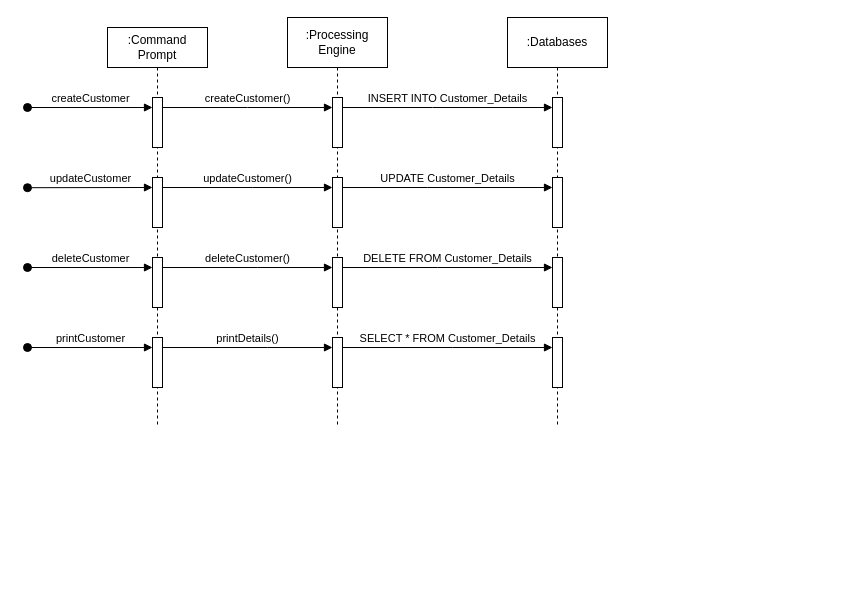
The draw.io diagram page "Customer" (1 of 7) of Architecture/sequence_diagram.drawio in NataliaPalej/Newsagent-Project, before the edit. Source tidied: cells renumbered, new cells numbered last; positions are measured from the earlier drawing's top-left corner, leaving out a move shared by most shapes. Both pictures are drawn from the tidied source at 100%, with x=0, y=0 at pixel (27, 17).
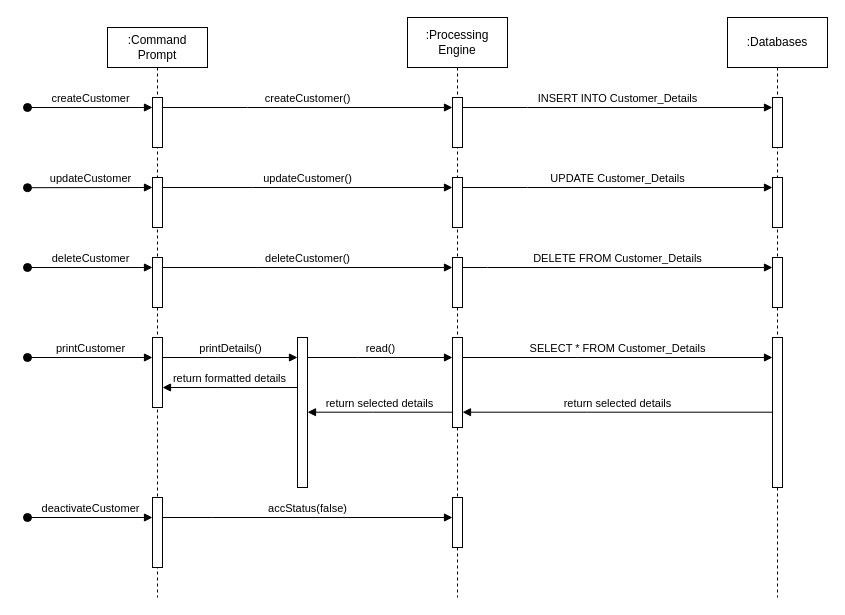
The same page after the edit.

Unchanged cells that the change refers to:
```xml
<mxCell id="9" style="html=1;points=[];perimeter=orthogonalPerimeter;outlineConnect=0;targetShapes=umlLifeline;portConstraint=eastwest;newEdgeStyle={&quot;edgeStyle&quot;:&quot;elbowEdgeStyle&quot;,&quot;elbow&quot;:&quot;vertical&quot;,&quot;curved&quot;:0,&quot;rounded&quot;:0};" parent="8" vertex="1">
  <mxGeometry x="45" y="80" width="10" height="50" as="geometry" />
</mxCell>
<mxCell id="10" style="html=1;points=[];perimeter=orthogonalPerimeter;outlineConnect=0;targetShapes=umlLifeline;portConstraint=eastwest;newEdgeStyle={&quot;edgeStyle&quot;:&quot;elbowEdgeStyle&quot;,&quot;elbow&quot;:&quot;vertical&quot;,&quot;curved&quot;:0,&quot;rounded&quot;:0};" parent="8" vertex="1">
  <mxGeometry x="45" y="160" width="10" height="50" as="geometry" />
</mxCell>
<mxCell id="11" style="html=1;points=[];perimeter=orthogonalPerimeter;outlineConnect=0;targetShapes=umlLifeline;portConstraint=eastwest;newEdgeStyle={&quot;edgeStyle&quot;:&quot;elbowEdgeStyle&quot;,&quot;elbow&quot;:&quot;vertical&quot;,&quot;curved&quot;:0,&quot;rounded&quot;:0};" parent="8" vertex="1">
  <mxGeometry x="45" y="240" width="10" height="50" as="geometry" />
</mxCell>
<mxCell id="15" style="html=1;points=[];perimeter=orthogonalPerimeter;outlineConnect=0;targetShapes=umlLifeline;portConstraint=eastwest;newEdgeStyle={&quot;edgeStyle&quot;:&quot;elbowEdgeStyle&quot;,&quot;elbow&quot;:&quot;vertical&quot;,&quot;curved&quot;:0,&quot;rounded&quot;:0};" parent="14" vertex="1">
  <mxGeometry x="45" y="80" width="10" height="50" as="geometry" />
</mxCell>
<mxCell id="16" style="html=1;points=[];perimeter=orthogonalPerimeter;outlineConnect=0;targetShapes=umlLifeline;portConstraint=eastwest;newEdgeStyle={&quot;edgeStyle&quot;:&quot;elbowEdgeStyle&quot;,&quot;elbow&quot;:&quot;vertical&quot;,&quot;curved&quot;:0,&quot;rounded&quot;:0};" parent="14" vertex="1">
  <mxGeometry x="45" y="160" width="10" height="50" as="geometry" />
</mxCell>
<mxCell id="17" style="html=1;points=[];perimeter=orthogonalPerimeter;outlineConnect=0;targetShapes=umlLifeline;portConstraint=eastwest;newEdgeStyle={&quot;edgeStyle&quot;:&quot;elbowEdgeStyle&quot;,&quot;elbow&quot;:&quot;vertical&quot;,&quot;curved&quot;:0,&quot;rounded&quot;:0};" parent="14" vertex="1">
  <mxGeometry x="45" y="240" width="10" height="50" as="geometry" />
</mxCell>
```

Change to the diagram source:
```diff
@@
     <mxCell id="2" value=":Command Prompt" style="shape=umlLifeline;perimeter=lifelinePerimeter;whiteSpace=wrap;html=1;newEdgeStyle={&quot;edgeStyle&quot;:&quot;elbowEdgeStyle&quot;,&quot;elbow&quot;:&quot;vertical&quot;,&quot;curved&quot;:0,&quot;rounded&quot;:0};" parent="1" vertex="1">
-      <mxGeometry x="80" y="10" width="100" height="400" as="geometry" />
+      <mxGeometry x="80" y="10" width="100" height="570" as="geometry" />
     </mxCell>
@@
     <mxCell id="7" style="html=1;points=[];perimeter=orthogonalPerimeter;outlineConnect=0;targetShapes=umlLifeline;portConstraint=eastwest;newEdgeStyle={&quot;edgeStyle&quot;:&quot;elbowEdgeStyle&quot;,&quot;elbow&quot;:&quot;vertical&quot;,&quot;curved&quot;:0,&quot;rounded&quot;:0};" parent="2" vertex="1">
-      <mxGeometry x="45" y="310" width="10" height="50" as="geometry" />
+      <mxGeometry x="45" y="310" width="10" height="70" as="geometry" />
     </mxCell>
+    <mxCell id="29" style="html=1;perimeter=orthogonalPerimeter;targetShapes=umlLifeline;newEdgeStyle={&quot;edgeStyle&quot;:&quot;elbowEdgeStyle&quot;,&quot;elbow&quot;:&quot;vertical&quot;,&quot;curved&quot;:0,&quot;rounded&quot;:0};" parent="2" vertex="1">
+      <mxGeometry x="45" y="470" width="10" height="70" as="geometry" />
+    </mxCell>
     <mxCell id="8" value=":Processing Engine" style="shape=umlLifeline;perimeter=lifelinePerimeter;whiteSpace=wrap;html=1;newEdgeStyle={&quot;edgeStyle&quot;:&quot;elbowEdgeStyle&quot;,&quot;elbow&quot;:&quot;vertical&quot;,&quot;curved&quot;:0,&quot;rounded&quot;:0};size=50;" parent="1" vertex="1">
-      <mxGeometry x="260" width="100" height="410" as="geometry" />
+      <mxGeometry x="380" width="100" height="580" as="geometry" />
     </mxCell>
@@
     <mxCell id="12" style="html=1;points=[];perimeter=orthogonalPerimeter;outlineConnect=0;targetShapes=umlLifeline;portConstraint=eastwest;newEdgeStyle={&quot;edgeStyle&quot;:&quot;elbowEdgeStyle&quot;,&quot;elbow&quot;:&quot;vertical&quot;,&quot;curved&quot;:0,&quot;rounded&quot;:0};" parent="8" vertex="1">
-      <mxGeometry x="45" y="320" width="10" height="50" as="geometry" />
+      <mxGeometry x="45" y="320" width="10" height="90" as="geometry" />
     </mxCell>
+    <mxCell id="30" style="html=1;points=[];perimeter=orthogonalPerimeter;outlineConnect=0;targetShapes=umlLifeline;portConstraint=eastwest;newEdgeStyle={&quot;edgeStyle&quot;:&quot;elbowEdgeStyle&quot;,&quot;elbow&quot;:&quot;vertical&quot;,&quot;curved&quot;:0,&quot;rounded&quot;:0};" parent="8" vertex="1">
+      <mxGeometry x="45" y="480" width="10" height="50" as="geometry" />
+    </mxCell>
@@
     <mxCell id="14" value=":Databases" style="shape=umlLifeline;perimeter=lifelinePerimeter;whiteSpace=wrap;html=1;newEdgeStyle={&quot;edgeStyle&quot;:&quot;elbowEdgeStyle&quot;,&quot;elbow&quot;:&quot;vertical&quot;,&quot;curved&quot;:0,&quot;rounded&quot;:0};size=50;" parent="1" vertex="1">
-      <mxGeometry x="480" width="100" height="410" as="geometry" />
+      <mxGeometry x="700" width="100" height="580" as="geometry" />
     </mxCell>
@@
     <mxCell id="18" style="html=1;points=[];perimeter=orthogonalPerimeter;outlineConnect=0;targetShapes=umlLifeline;portConstraint=eastwest;newEdgeStyle={&quot;edgeStyle&quot;:&quot;elbowEdgeStyle&quot;,&quot;elbow&quot;:&quot;vertical&quot;,&quot;curved&quot;:0,&quot;rounded&quot;:0};" parent="14" vertex="1">
-      <mxGeometry x="45" y="320" width="10" height="50" as="geometry" />
+      <mxGeometry x="45" y="320" width="10" height="150" as="geometry" />
     </mxCell>
     <mxCell id="19" value="INSERT INTO Customer_Details" style="html=1;verticalAlign=bottom;endArrow=block;edgeStyle=elbowEdgeStyle;elbow=vertical;curved=0;rounded=0;" parent="1" edge="1" source="9" target="15">
       <mxGeometry relative="1" as="geometry">
         <Array as="points">
-          <mxPoint x="405" y="90" />
+          <mxPoint x="500" y="90" />
         </Array>
       </mxGeometry>
     </mxCell>
@@
     <mxCell id="22" value="UPDATE Customer_Details" style="html=1;verticalAlign=bottom;endArrow=block;edgeStyle=elbowEdgeStyle;elbow=vertical;curved=0;rounded=0;" parent="1" edge="1" source="10" target="16">
       <mxGeometry relative="1" as="geometry">
         <Array as="points">
-          <mxPoint x="400" y="170" />
+          <mxPoint x="500" y="170" />
         </Array>
       </mxGeometry>
     </mxCell>
@@
     <mxCell id="25" value="DELETE FROM Customer_Details" style="html=1;verticalAlign=bottom;endArrow=block;edgeStyle=elbowEdgeStyle;elbow=vertical;curved=0;rounded=0;" parent="1" edge="1" source="11" target="17">
       <mxGeometry relative="1" as="geometry">
         <Array as="points">
-          <mxPoint x="410" y="250" />
+          <mxPoint x="460" y="250" />
         </Array>
       </mxGeometry>
     </mxCell>
     <mxCell id="26" value="printCustomer" style="html=1;verticalAlign=bottom;startArrow=oval;endArrow=block;startSize=8;edgeStyle=elbowEdgeStyle;elbow=vertical;curved=0;rounded=0;" parent="1" edge="1">
       <mxGeometry relative="1" as="geometry">
-        <mxPoint y="330" as="sourcePoint" />
-        <mxPoint x="125" y="330" as="targetPoint" />
+        <mxPoint y="340" as="sourcePoint" />
+        <mxPoint x="125" y="340" as="targetPoint" />
       </mxGeometry>
     </mxCell>
+    <mxCell id="28" value="SELECT * FROM Customer_Details" style="html=1;verticalAlign=bottom;endArrow=block;edgeStyle=elbowEdgeStyle;elbow=vertical;curved=0;rounded=0;" parent="1" edge="1" source="12" target="18">
+      <mxGeometry relative="1" as="geometry">
+        <Array as="points">
+          <mxPoint x="550" y="340" />
+        </Array>
+      </mxGeometry>
+    </mxCell>
+    <mxCell id="31" style="html=1;points=[];perimeter=orthogonalPerimeter;outlineConnect=0;targetShapes=umlLifeline;portConstraint=eastwest;newEdgeStyle={&quot;edgeStyle&quot;:&quot;elbowEdgeStyle&quot;,&quot;elbow&quot;:&quot;vertical&quot;,&quot;curved&quot;:0,&quot;rounded&quot;:0};" parent="1" vertex="1">
+      <mxGeometry x="270" y="320" width="10" height="150" as="geometry" />
+    </mxCell>
-    <mxCell id="27" value="printDetails()" style="html=1;verticalAlign=bottom;endArrow=block;edgeStyle=elbowEdgeStyle;elbow=vertical;curved=0;rounded=0;" parent="1" edge="1" source="7" target="12">
+    <mxCell id="27" value="printDetails()" style="html=1;verticalAlign=bottom;endArrow=block;edgeStyle=elbowEdgeStyle;elbow=vertical;curved=0;rounded=0;" parent="1" edge="1" source="7" target="31">
       <mxGeometry relative="1" as="geometry">
         <Array as="points">
-          <mxPoint x="240" y="330" />
+          <mxPoint x="190" y="340" />
         </Array>
       </mxGeometry>
     </mxCell>
-    <mxCell id="28" value="SELECT * FROM Customer_Details" style="html=1;verticalAlign=bottom;endArrow=block;edgeStyle=elbowEdgeStyle;elbow=vertical;curved=0;rounded=0;" parent="1" edge="1" source="12" target="18">
-      <mxGeometry relative="1" as="geometry">
-        <Array as="points">
-          <mxPoint x="425" y="330" />
-        </Array>
-      </mxGeometry>
-    </mxCell>
+    <mxCell id="32" value="read()" style="html=1;verticalAlign=bottom;endArrow=block;edgeStyle=elbowEdgeStyle;elbow=vertical;curved=0;rounded=0;" parent="1" edge="1" source="31" target="12">
+      <mxGeometry relative="1" as="geometry">
+        <Array as="points">
+          <mxPoint x="330" y="340" />
+        </Array>
+      </mxGeometry>
+    </mxCell>
+    <mxCell id="33" value="return selected details" style="html=1;verticalAlign=bottom;endArrow=block;edgeStyle=elbowEdgeStyle;elbow=vertical;curved=0;rounded=0;" parent="1" edge="1">
+      <mxGeometry relative="1" as="geometry">
+        <mxPoint x="745" y="394.7" as="sourcePoint" />
+        <mxPoint x="435" y="394.7" as="targetPoint" />
+        <Array as="points">
+          <mxPoint x="560.2" y="394.7" />
+        </Array>
+      </mxGeometry>
+    </mxCell>
+    <mxCell id="34" value="return selected details" style="html=1;verticalAlign=bottom;endArrow=block;edgeStyle=elbowEdgeStyle;elbow=vertical;curved=0;rounded=0;" parent="1" edge="1">
+      <mxGeometry relative="1" as="geometry">
+        <mxPoint x="425" y="394.7" as="sourcePoint" />
+        <mxPoint x="280" y="394.7" as="targetPoint" />
+        <Array as="points">
+          <mxPoint x="345.2" y="394.7" />
+        </Array>
+      </mxGeometry>
+    </mxCell>
+    <mxCell id="35" value="return formatted details" style="html=1;verticalAlign=bottom;endArrow=block;edgeStyle=elbowEdgeStyle;elbow=vertical;curved=0;rounded=0;" parent="1" edge="1" target="7">
+      <mxGeometry relative="1" as="geometry">
+        <mxPoint x="270" y="370" as="sourcePoint" />
+        <Array as="points">
+          <mxPoint x="190.2" y="370" />
+        </Array>
+      </mxGeometry>
+    </mxCell>
+    <mxCell id="36" value="deactivateCustomer" style="html=1;verticalAlign=bottom;startArrow=oval;endArrow=block;startSize=8;edgeStyle=elbowEdgeStyle;elbow=vertical;curved=0;rounded=0;" parent="1" edge="1">
+      <mxGeometry relative="1" as="geometry">
+        <mxPoint y="500" as="sourcePoint" />
+        <mxPoint x="125" y="500" as="targetPoint" />
+      </mxGeometry>
+    </mxCell>
+    <mxCell id="37" value="accStatus(false)" style="html=1;verticalAlign=bottom;endArrow=block;edgeStyle=elbowEdgeStyle;elbow=vertical;curved=0;rounded=0;" parent="1" edge="1" target="30">
+      <mxGeometry relative="1" as="geometry">
+        <mxPoint x="135" y="500" as="sourcePoint" />
+        <Array as="points">
+          <mxPoint x="185" y="500" />
+        </Array>
+      </mxGeometry>
+    </mxCell>
```
